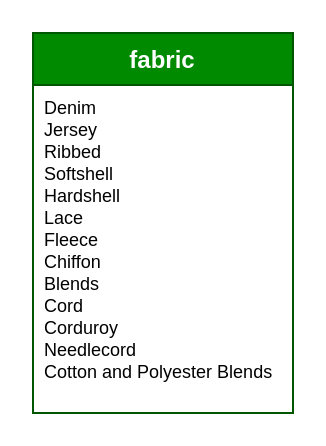
The draw.io diagram fabric_class.drawio in morawi/ddoif, before the edit. Source tidied: cells renumbered, new cells numbered last; positions are measured from the earlier drawing's top-left corner, leaving out a move shared by most shapes. Both pictures are drawn from the tidied source at 200%, with x=0, y=0 at pixel (32, 32).
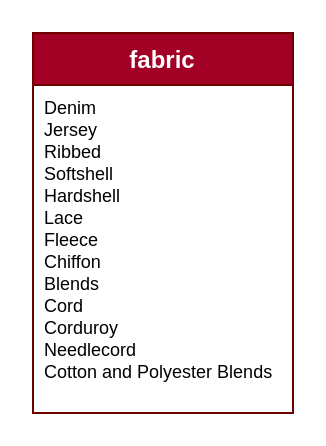
Above is the later version.

What changed in the source:
```diff
@@
 <mxGraphModel>
   <root>
     <mxCell id="0" />
     <mxCell id="1" parent="0" />
-    <mxCell id="2" value="fabric" style="swimlane;fontStyle=1;align=center;verticalAlign=top;horizontal=1;startSize=26;rounded=0;shadow=0;strokeWidth=1;fillColor=#008a00;strokeColor=#005700;fontColor=#ffffff;" parent="1" vertex="1">
+    <mxCell id="2" value="fabric" style="swimlane;fontStyle=1;align=center;verticalAlign=top;horizontal=1;startSize=26;rounded=0;shadow=0;strokeWidth=1;fillColor=#a20025;strokeColor=#6F0000;fontColor=#ffffff;" parent="1" vertex="1">
       <mxGeometry width="130" height="190" as="geometry" />
     </mxCell>
     <mxCell id="3" value="Denim&#10;Jersey&#10;Ribbed&#10;Softshell&#10;Hardshell&#10;Lace&#10;Fleece&#10;Chiffon&#10;Blends&#10;Cord&#10;Corduroy&#10;Needlecord&#10;Cotton and Polyester Blends" style="text;align=left;verticalAlign=top;spacingLeft=4;spacingRight=4;overflow=hidden;fontSize=9;" parent="2" vertex="1">
       <mxGeometry y="26" width="130" height="154" as="geometry" />
     </mxCell>
   </root>
 </mxGraphModel>
```
